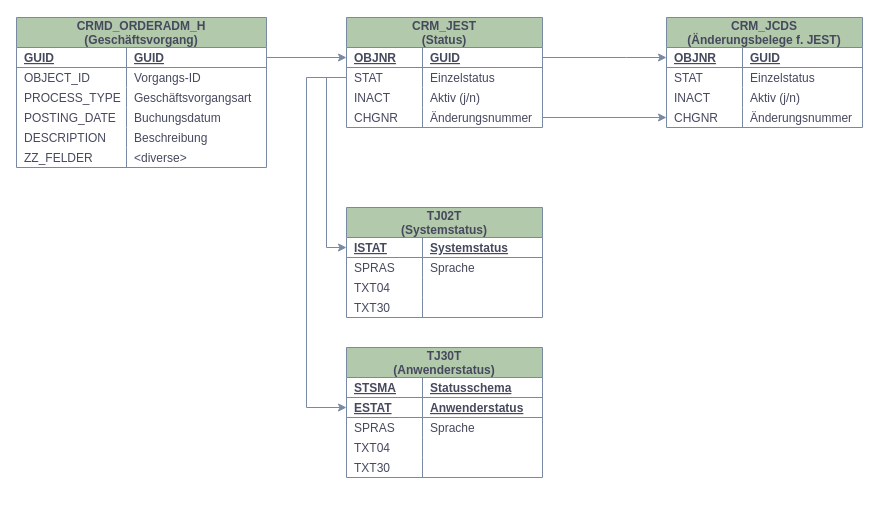
Before: modelling/erd_solutionmanager_itsm.drawio in JanniMeloni/documentation, a draw.io diagram. Source tidied: cells renumbered, new cells numbered last; positions are measured from the earlier drawing's top-left corner, leaving out a move shared by most shapes. Both pictures are drawn from the tidied source at 100%, with x=0, y=0 at pixel (16, 17).
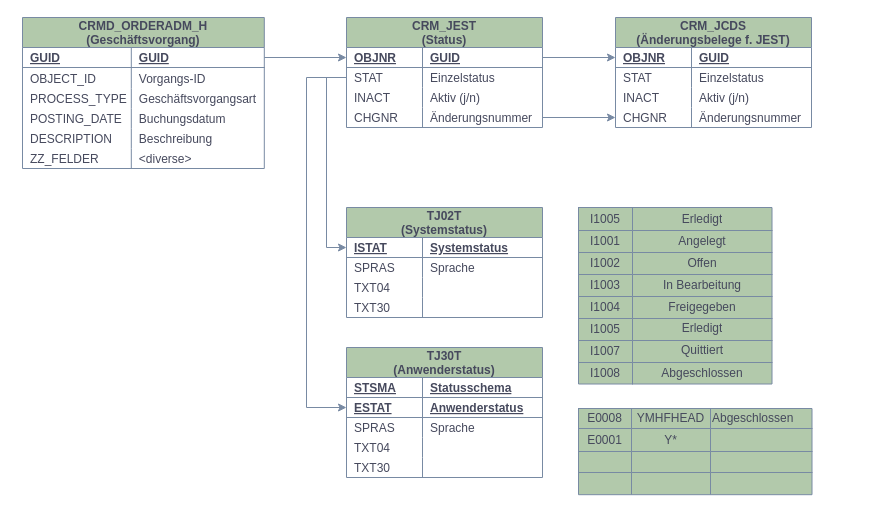
After the change.

Change to the diagram source:
```diff
@@
     <mxCell id="3" value="CRMD_ORDERADM_H&#10;(Geschäftsvorgang)" style="shape=table;startSize=30;childLayout=tableLayout;rowLines=0;fontStyle=1;align=center;fontSize=12;fillColor=#B2C9AB;strokeColor=#788AA3;fontColor=#46495D;" parent="1" vertex="1">
-      <mxGeometry width="250" height="150" as="geometry" />
+      <mxGeometry x="6" width="241.8" height="151" as="geometry" />
     </mxCell>
     <mxCell id="4" style="shape=tableRow;horizontal=0;startSize=0;swimlaneHead=0;swimlaneBody=0;fillColor=none;points=[[0,0.5],[1,0.5]];portConstraint=eastwest;top=0;left=0;right=0;bottom=1;strokeColor=#788AA3;fontColor=#46495D;" parent="3" vertex="1">
-      <mxGeometry y="30" width="250" height="20" as="geometry" />
+      <mxGeometry y="30" width="241.8" height="20" as="geometry" />
     </mxCell>
     <mxCell id="5" value="GUID" style="shape=partialRectangle;fillColor=none;top=0;left=0;bottom=0;right=0;align=left;spacingLeft=6;fontStyle=5;overflow=hidden;strokeColor=#788AA3;fontColor=#46495D;" parent="4" vertex="1">
-      <mxGeometry width="110" height="20" as="geometry" />
+      <mxGeometry width="108.8" height="20" as="geometry" />
     </mxCell>
     <mxCell id="6" value="GUID" style="shape=partialRectangle;fillColor=none;top=0;left=0;bottom=0;right=0;align=left;spacingLeft=6;fontStyle=5;overflow=hidden;strokeColor=#788AA3;fontColor=#46495D;" parent="4" vertex="1">
-      <mxGeometry x="110" width="140" height="20" as="geometry" />
+      <mxGeometry x="108.8" width="133" height="20" as="geometry" />
     </mxCell>
     <mxCell id="7" style="shape=tableRow;horizontal=0;startSize=0;swimlaneHead=0;swimlaneBody=0;fillColor=none;top=0;left=0;right=0;bottom=0;strokeColor=#788AA3;fontColor=#46495D;" parent="3" vertex="1">
-      <mxGeometry y="50" width="250" height="20" as="geometry" />
+      <mxGeometry y="50" width="241.8" height="21" as="geometry" />
     </mxCell>
     <mxCell id="8" value="OBJECT_ID" style="shape=partialRectangle;fillColor=none;top=0;left=0;bottom=0;right=0;align=left;spacingLeft=6;overflow=hidden;strokeColor=#788AA3;fontColor=#46495D;" parent="7" vertex="1">
-      <mxGeometry width="110" height="20" as="geometry" />
+      <mxGeometry width="108.8" height="21" as="geometry" />
     </mxCell>
     <mxCell id="9" value="Vorgangs-ID" style="shape=partialRectangle;fillColor=none;top=0;left=0;bottom=0;right=0;align=left;spacingLeft=6;overflow=hidden;strokeColor=#788AA3;fontColor=#46495D;" parent="7" vertex="1">
-      <mxGeometry x="110" width="140" height="20" as="geometry" />
+      <mxGeometry x="108.8" width="133" height="21" as="geometry" />
     </mxCell>
     <mxCell id="10" style="shape=tableRow;horizontal=0;startSize=0;swimlaneHead=0;swimlaneBody=0;fillColor=none;points=[[0,0.5],[1,0.5]];portConstraint=eastwest;top=0;left=0;right=0;bottom=0;strokeColor=#788AA3;fontColor=#46495D;" parent="3" vertex="1">
-      <mxGeometry y="70" width="250" height="20" as="geometry" />
+      <mxGeometry y="71" width="241.8" height="20" as="geometry" />
     </mxCell>
     <mxCell id="11" value="PROCESS_TYPE" style="shape=partialRectangle;fillColor=none;top=0;left=0;bottom=0;right=0;align=left;spacingLeft=6;overflow=hidden;strokeColor=#788AA3;fontColor=#46495D;" parent="10" vertex="1">
-      <mxGeometry width="110" height="20" as="geometry" />
+      <mxGeometry width="108.8" height="20" as="geometry" />
     </mxCell>
     <mxCell id="12" value="Geschäftsvorgangsart" style="shape=partialRectangle;fillColor=none;top=0;left=0;bottom=0;right=0;align=left;spacingLeft=6;overflow=hidden;strokeColor=#788AA3;fontColor=#46495D;" parent="10" vertex="1">
-      <mxGeometry x="110" width="140" height="20" as="geometry" />
+      <mxGeometry x="108.8" width="133" height="20" as="geometry" />
     </mxCell>
     <mxCell id="13" style="shape=tableRow;horizontal=0;startSize=0;swimlaneHead=0;swimlaneBody=0;fillColor=none;top=0;left=0;right=0;bottom=0;strokeColor=#788AA3;fontColor=#46495D;" parent="3" vertex="1">
-      <mxGeometry y="90" width="250" height="20" as="geometry" />
+      <mxGeometry y="91" width="241.8" height="20" as="geometry" />
     </mxCell>
     <mxCell id="14" value="POSTING_DATE" style="shape=partialRectangle;fillColor=none;top=0;left=0;bottom=0;right=0;align=left;spacingLeft=6;overflow=hidden;strokeColor=#788AA3;fontColor=#46495D;" parent="13" vertex="1">
-      <mxGeometry width="110" height="20" as="geometry" />
+      <mxGeometry width="108.8" height="20" as="geometry" />
     </mxCell>
     <mxCell id="15" value="Buchungsdatum" style="shape=partialRectangle;fillColor=none;top=0;left=0;bottom=0;right=0;align=left;spacingLeft=6;overflow=hidden;strokeColor=#788AA3;fontColor=#46495D;" parent="13" vertex="1">
-      <mxGeometry x="110" width="140" height="20" as="geometry" />
+      <mxGeometry x="108.8" width="133" height="20" as="geometry" />
     </mxCell>
     <mxCell id="16" style="shape=tableRow;horizontal=0;startSize=0;swimlaneHead=0;swimlaneBody=0;fillColor=none;top=0;left=0;right=0;bottom=0;strokeColor=#788AA3;fontColor=#46495D;" parent="3" vertex="1">
-      <mxGeometry y="110" width="250" height="20" as="geometry" />
+      <mxGeometry y="111" width="241.8" height="20" as="geometry" />
     </mxCell>
     <mxCell id="17" value="DESCRIPTION" style="shape=partialRectangle;fillColor=none;top=0;left=0;bottom=0;right=0;align=left;spacingLeft=6;overflow=hidden;strokeColor=#788AA3;fontColor=#46495D;" parent="16" vertex="1">
-      <mxGeometry width="110" height="20" as="geometry" />
+      <mxGeometry width="108.8" height="20" as="geometry" />
     </mxCell>
     <mxCell id="18" value="Beschreibung" style="shape=partialRectangle;fillColor=none;top=0;left=0;bottom=0;right=0;align=left;spacingLeft=6;overflow=hidden;strokeColor=#788AA3;fontColor=#46495D;" parent="16" vertex="1">
-      <mxGeometry x="110" width="140" height="20" as="geometry" />
+      <mxGeometry x="108.8" width="133" height="20" as="geometry" />
     </mxCell>
     <mxCell id="19" style="shape=tableRow;horizontal=0;startSize=0;swimlaneHead=0;swimlaneBody=0;fillColor=none;top=0;left=0;right=0;bottom=0;strokeColor=#788AA3;fontColor=#46495D;" parent="3" vertex="1">
-      <mxGeometry y="130" width="250" height="20" as="geometry" />
+      <mxGeometry y="131" width="241.8" height="20" as="geometry" />
     </mxCell>
     <mxCell id="20" value="ZZ_FELDER" style="shape=partialRectangle;fillColor=none;top=0;left=0;bottom=0;right=0;align=left;spacingLeft=6;overflow=hidden;strokeColor=#788AA3;fontColor=#46495D;" parent="19" vertex="1">
-      <mxGeometry width="110" height="20" as="geometry" />
+      <mxGeometry width="108.8" height="20" as="geometry" />
     </mxCell>
     <mxCell id="21" value="&lt;diverse&gt;" style="shape=partialRectangle;fillColor=none;top=0;left=0;bottom=0;right=0;align=left;spacingLeft=6;overflow=hidden;strokeColor=#788AA3;fontColor=#46495D;" parent="19" vertex="1">
-      <mxGeometry x="110" width="140" height="20" as="geometry" />
+      <mxGeometry x="108.8" width="133" height="20" as="geometry" />
     </mxCell>
@@
     <mxCell id="36" value="CRM_JCDS&#10;(Änderungsbelege f. JEST)" style="shape=table;startSize=30;childLayout=tableLayout;rowLines=0;fontStyle=1;align=center;fillColor=#B2C9AB;strokeColor=#788AA3;fontColor=#46495D;" parent="1" vertex="1">
-      <mxGeometry x="650" width="196" height="110" as="geometry" />
+      <mxGeometry x="599" width="196" height="110" as="geometry" />
     </mxCell>
@@
+    <mxCell id="82" style="shape=table;startSize=0;childLayout=tableLayout;rounded=0;sketch=0;fontColor=#46495D;strokeColor=#788AA3;fillColor=#B2C9AB;" parent="1" vertex="1">
+      <mxGeometry x="562" y="190" width="193.5" height="176.5" as="geometry" />
+    </mxCell>
+    <mxCell id="83" style="shape=tableRow;horizontal=0;startSize=0;swimlaneHead=0;swimlaneBody=0;top=0;left=0;bottom=0;right=0;fillColor=none;rounded=0;sketch=0;fontColor=#46495D;strokeColor=#788AA3;" parent="82" vertex="1">
+      <mxGeometry width="193.5" height="23" as="geometry" />
+    </mxCell>
+    <mxCell id="84" value="I1005" style="shape=partialRectangle;html=1;whiteSpace=wrap;overflow=hidden;fillColor=none;top=0;left=0;bottom=0;right=0;rounded=0;sketch=0;fontColor=#46495D;strokeColor=#788AA3;" parent="83" vertex="1">
+      <mxGeometry width="54" height="23" as="geometry" />
+    </mxCell>
+    <mxCell id="85" value="Erledigt" style="shape=partialRectangle;html=1;whiteSpace=wrap;overflow=hidden;fillColor=none;top=0;left=0;bottom=0;right=0;rounded=0;sketch=0;fontColor=#46495D;strokeColor=#788AA3;" parent="83" vertex="1">
+      <mxGeometry x="54" width="140" height="23" as="geometry" />
+    </mxCell>
+    <mxCell id="86" style="shape=tableRow;horizontal=0;startSize=0;swimlaneHead=0;swimlaneBody=0;top=0;left=0;bottom=0;right=0;fillColor=none;rounded=0;sketch=0;fontColor=#46495D;strokeColor=#788AA3;" parent="82" vertex="1">
+      <mxGeometry y="23" width="193.5" height="22" as="geometry" />
+    </mxCell>
+    <mxCell id="87" value="I1001&lt;br&gt;" style="shape=partialRectangle;html=1;whiteSpace=wrap;overflow=hidden;fillColor=none;top=0;left=0;bottom=0;right=0;rounded=0;sketch=0;fontColor=#46495D;strokeColor=#788AA3;" parent="86" vertex="1">
+      <mxGeometry width="54" height="22" as="geometry" />
+    </mxCell>
+    <mxCell id="88" value="Angelegt" style="shape=partialRectangle;html=1;whiteSpace=wrap;overflow=hidden;fillColor=none;top=0;left=0;bottom=0;right=0;rounded=0;sketch=0;fontColor=#46495D;strokeColor=#788AA3;" parent="86" vertex="1">
+      <mxGeometry x="54" width="140" height="22" as="geometry" />
+    </mxCell>
+    <mxCell id="89" style="shape=tableRow;horizontal=0;startSize=0;swimlaneHead=0;swimlaneBody=0;top=0;left=0;bottom=0;right=0;fillColor=none;rounded=0;sketch=0;fontColor=#46495D;strokeColor=#788AA3;" parent="82" vertex="1">
+      <mxGeometry y="45" width="193.5" height="22" as="geometry" />
+    </mxCell>
+    <mxCell id="90" value="I1002" style="shape=partialRectangle;html=1;whiteSpace=wrap;overflow=hidden;fillColor=none;top=0;left=0;bottom=0;right=0;rounded=0;sketch=0;fontColor=#46495D;strokeColor=#788AA3;" parent="89" vertex="1">
+      <mxGeometry width="54" height="22" as="geometry" />
+    </mxCell>
+    <mxCell id="91" value="Offen" style="shape=partialRectangle;html=1;whiteSpace=wrap;overflow=hidden;fillColor=none;top=0;left=0;bottom=0;right=0;rounded=0;sketch=0;fontColor=#46495D;strokeColor=#788AA3;" parent="89" vertex="1">
+      <mxGeometry x="54" width="140" height="22" as="geometry" />
+    </mxCell>
+    <mxCell id="92" style="shape=tableRow;horizontal=0;startSize=0;swimlaneHead=0;swimlaneBody=0;top=0;left=0;bottom=0;right=0;fillColor=none;rounded=0;sketch=0;fontColor=#46495D;strokeColor=#788AA3;" parent="82" vertex="1">
+      <mxGeometry y="67" width="193.5" height="22" as="geometry" />
+    </mxCell>
+    <mxCell id="93" value="I1003" style="shape=partialRectangle;html=1;whiteSpace=wrap;overflow=hidden;fillColor=none;top=0;left=0;bottom=0;right=0;rounded=0;sketch=0;fontColor=#46495D;strokeColor=#788AA3;" parent="92" vertex="1">
+      <mxGeometry width="54" height="22" as="geometry" />
+    </mxCell>
+    <mxCell id="94" value="In Bearbeitung" style="shape=partialRectangle;html=1;whiteSpace=wrap;overflow=hidden;fillColor=none;top=0;left=0;bottom=0;right=0;rounded=0;sketch=0;fontColor=#46495D;strokeColor=#788AA3;" parent="92" vertex="1">
+      <mxGeometry x="54" width="140" height="22" as="geometry" />
+    </mxCell>
+    <mxCell id="95" style="shape=tableRow;horizontal=0;startSize=0;swimlaneHead=0;swimlaneBody=0;top=0;left=0;bottom=0;right=0;fillColor=none;rounded=0;sketch=0;fontColor=#46495D;strokeColor=#788AA3;" parent="82" vertex="1">
+      <mxGeometry y="89" width="193.5" height="22" as="geometry" />
+    </mxCell>
+    <mxCell id="96" value="I1004" style="shape=partialRectangle;html=1;whiteSpace=wrap;overflow=hidden;fillColor=none;top=0;left=0;bottom=0;right=0;rounded=0;sketch=0;fontColor=#46495D;strokeColor=#788AA3;" parent="95" vertex="1">
+      <mxGeometry width="54" height="22" as="geometry" />
+    </mxCell>
+    <mxCell id="97" value="Freigegeben" style="shape=partialRectangle;html=1;whiteSpace=wrap;overflow=hidden;fillColor=none;top=0;left=0;bottom=0;right=0;rounded=0;sketch=0;fontColor=#46495D;strokeColor=#788AA3;" parent="95" vertex="1">
+      <mxGeometry x="54" width="140" height="22" as="geometry" />
+    </mxCell>
+    <mxCell id="98" style="shape=tableRow;horizontal=0;startSize=0;swimlaneHead=0;swimlaneBody=0;top=0;left=0;bottom=0;right=0;fillColor=none;rounded=0;sketch=0;fontColor=#46495D;strokeColor=#788AA3;" parent="82" vertex="1">
+      <mxGeometry y="111" width="193.5" height="22" as="geometry" />
+    </mxCell>
+    <mxCell id="99" value="I1005" style="shape=partialRectangle;html=1;whiteSpace=wrap;overflow=hidden;fillColor=none;top=0;left=0;bottom=0;right=0;rounded=0;sketch=0;fontColor=#46495D;strokeColor=#788AA3;" parent="98" vertex="1">
+      <mxGeometry width="54" height="22" as="geometry" />
+    </mxCell>
+    <mxCell id="100" value="Erledigt&lt;table&gt;&lt;tbody&gt;&lt;tr&gt;&lt;td&gt;&lt;br&gt;&lt;/td&gt;&lt;td&gt;&lt;br&gt;&lt;/td&gt;&lt;/tr&gt;&lt;tr&gt;&lt;td&gt;&lt;br&gt;&lt;/td&gt;&lt;td&gt;&lt;br&gt;&lt;/td&gt;&lt;/tr&gt;&lt;tr&gt;&lt;td&gt;&lt;br&gt;&lt;/td&gt;&lt;td&gt;&lt;br&gt;&lt;/td&gt;&lt;/tr&gt;&lt;/tbody&gt;&lt;/table&gt;" style="shape=partialRectangle;html=1;whiteSpace=wrap;overflow=hidden;fillColor=none;top=0;left=0;bottom=0;right=0;rounded=0;sketch=0;fontColor=#46495D;strokeColor=#788AA3;" parent="98" vertex="1">
+      <mxGeometry x="54" width="140" height="22" as="geometry" />
+    </mxCell>
+    <mxCell id="101" style="shape=tableRow;horizontal=0;startSize=0;swimlaneHead=0;swimlaneBody=0;top=0;left=0;bottom=0;right=0;fillColor=none;rounded=0;sketch=0;fontColor=#46495D;strokeColor=#788AA3;" parent="82" vertex="1">
+      <mxGeometry y="133" width="193.5" height="22" as="geometry" />
+    </mxCell>
+    <mxCell id="102" value="I1007" style="shape=partialRectangle;html=1;whiteSpace=wrap;overflow=hidden;fillColor=none;top=0;left=0;bottom=0;right=0;rounded=0;sketch=0;fontColor=#46495D;strokeColor=#788AA3;" parent="101" vertex="1">
+      <mxGeometry width="54" height="22" as="geometry" />
+    </mxCell>
+    <mxCell id="103" value="Quittiert&lt;br&gt;&lt;br&gt;&lt;table&gt;&lt;tbody&gt;&lt;tr&gt;&lt;td&gt;&lt;/td&gt;&lt;td&gt;&lt;br&gt;&lt;/td&gt;&lt;/tr&gt;&lt;tr&gt;&lt;td&gt;&lt;/td&gt;&lt;td&gt;&lt;br&gt;&lt;/td&gt;&lt;/tr&gt;&lt;tr&gt;&lt;td&gt;&lt;/td&gt;&lt;td&gt;&lt;br&gt;&lt;/td&gt;&lt;/tr&gt;&lt;/tbody&gt;&lt;/table&gt;" style="shape=partialRectangle;html=1;whiteSpace=wrap;overflow=hidden;fillColor=none;top=0;left=0;bottom=0;right=0;rounded=0;sketch=0;fontColor=#46495D;strokeColor=#788AA3;" parent="101" vertex="1">
+      <mxGeometry x="54" width="140" height="22" as="geometry" />
+    </mxCell>
+    <mxCell id="104" style="shape=tableRow;horizontal=0;startSize=0;swimlaneHead=0;swimlaneBody=0;top=0;left=0;bottom=0;right=0;fillColor=none;rounded=0;sketch=0;fontColor=#46495D;strokeColor=#788AA3;" parent="82" vertex="1">
+      <mxGeometry y="155" width="193.5" height="22" as="geometry" />
+    </mxCell>
+    <mxCell id="105" value="I1008" style="shape=partialRectangle;html=1;whiteSpace=wrap;overflow=hidden;fillColor=none;top=0;left=0;bottom=0;right=0;rounded=0;sketch=0;fontColor=#46495D;strokeColor=#788AA3;" parent="104" vertex="1">
+      <mxGeometry width="54" height="22" as="geometry" />
+    </mxCell>
+    <mxCell id="106" value="Abgeschlossen" style="shape=partialRectangle;html=1;whiteSpace=wrap;overflow=hidden;fillColor=none;top=0;left=0;bottom=0;right=0;rounded=0;sketch=0;fontColor=#46495D;strokeColor=#788AA3;" parent="104" vertex="1">
+      <mxGeometry x="54" width="140" height="22" as="geometry" />
+    </mxCell>
+    <mxCell id="107" style="shape=table;startSize=0;childLayout=tableLayout;rounded=0;sketch=0;fontColor=#46495D;strokeColor=#788AA3;fillColor=#B2C9AB;" parent="1" vertex="1">
+      <mxGeometry x="562" y="391" width="233.5" height="86.2" as="geometry" />
+    </mxCell>
+    <mxCell id="108" style="shape=tableRow;horizontal=0;startSize=0;swimlaneHead=0;swimlaneBody=0;top=0;left=0;bottom=0;right=0;fillColor=none;rounded=0;sketch=0;fontColor=#46495D;strokeColor=#788AA3;" parent="107" vertex="1">
+      <mxGeometry width="233.5" height="20" as="geometry" />
+    </mxCell>
+    <mxCell id="109" value="E0008" style="shape=partialRectangle;html=1;whiteSpace=wrap;overflow=hidden;fillColor=none;top=0;left=0;bottom=0;right=0;rounded=0;sketch=0;fontColor=#46495D;strokeColor=#788AA3;" parent="108" vertex="1">
+      <mxGeometry width="53" height="20" as="geometry" />
+    </mxCell>
+    <mxCell id="110" value="YMHFHEAD" style="shape=partialRectangle;html=1;whiteSpace=wrap;overflow=hidden;fillColor=none;top=0;left=0;bottom=0;right=0;rounded=0;sketch=0;fontColor=#46495D;strokeColor=#788AA3;" parent="108" vertex="1">
+      <mxGeometry x="53" width="79" height="20" as="geometry" />
+    </mxCell>
+    <mxCell id="111" value="Abgeschlossen" style="shape=partialRectangle;html=1;whiteSpace=wrap;overflow=hidden;fillColor=none;top=0;left=0;bottom=0;right=0;rounded=0;sketch=0;fontColor=#46495D;strokeColor=#788AA3;align=left;" parent="108" vertex="1">
+      <mxGeometry x="132" width="102" height="20" as="geometry" />
+    </mxCell>
+    <mxCell id="112" style="shape=tableRow;horizontal=0;startSize=0;swimlaneHead=0;swimlaneBody=0;top=0;left=0;bottom=0;right=0;fillColor=none;rounded=0;sketch=0;fontColor=#46495D;strokeColor=#788AA3;" parent="107" vertex="1">
+      <mxGeometry y="20" width="233.5" height="23" as="geometry" />
+    </mxCell>
+    <mxCell id="113" value="E0001" style="shape=partialRectangle;html=1;whiteSpace=wrap;overflow=hidden;fillColor=none;top=0;left=0;bottom=0;right=0;rounded=0;sketch=0;fontColor=#46495D;strokeColor=#788AA3;" parent="112" vertex="1">
+      <mxGeometry width="53" height="23" as="geometry" />
+    </mxCell>
+    <mxCell id="114" value="Y*" style="shape=partialRectangle;html=1;whiteSpace=wrap;overflow=hidden;fillColor=none;top=0;left=0;bottom=0;right=0;rounded=0;sketch=0;fontColor=#46495D;strokeColor=#788AA3;" parent="112" vertex="1">
+      <mxGeometry x="53" width="79" height="23" as="geometry" />
+    </mxCell>
+    <mxCell id="115" style="shape=partialRectangle;html=1;whiteSpace=wrap;overflow=hidden;fillColor=none;top=0;left=0;bottom=0;right=0;rounded=0;sketch=0;fontColor=#46495D;strokeColor=#788AA3;" parent="112" vertex="1">
+      <mxGeometry x="132" width="102" height="23" as="geometry" />
+    </mxCell>
+    <mxCell id="116" style="shape=tableRow;horizontal=0;startSize=0;swimlaneHead=0;swimlaneBody=0;top=0;left=0;bottom=0;right=0;fillColor=none;rounded=0;sketch=0;fontColor=#46495D;strokeColor=#788AA3;" parent="107" vertex="1">
+      <mxGeometry y="43" width="233.5" height="21" as="geometry" />
+    </mxCell>
+    <mxCell id="117" style="shape=partialRectangle;html=1;whiteSpace=wrap;overflow=hidden;fillColor=none;top=0;left=0;bottom=0;right=0;rounded=0;sketch=0;fontColor=#46495D;strokeColor=#788AA3;" parent="116" vertex="1">
+      <mxGeometry width="53" height="21" as="geometry" />
+    </mxCell>
+    <mxCell id="118" style="shape=partialRectangle;html=1;whiteSpace=wrap;overflow=hidden;fillColor=none;top=0;left=0;bottom=0;right=0;rounded=0;sketch=0;fontColor=#46495D;strokeColor=#788AA3;" parent="116" vertex="1">
+      <mxGeometry x="53" width="79" height="21" as="geometry" />
+    </mxCell>
+    <mxCell id="119" style="shape=partialRectangle;html=1;whiteSpace=wrap;overflow=hidden;fillColor=none;top=0;left=0;bottom=0;right=0;rounded=0;sketch=0;fontColor=#46495D;strokeColor=#788AA3;" parent="116" vertex="1">
+      <mxGeometry x="132" width="102" height="21" as="geometry" />
+    </mxCell>
+    <mxCell id="120" style="shape=tableRow;horizontal=0;startSize=0;swimlaneHead=0;swimlaneBody=0;top=0;left=0;bottom=0;right=0;fillColor=none;rounded=0;sketch=0;fontColor=#46495D;strokeColor=#788AA3;" parent="107" vertex="1">
+      <mxGeometry y="64" width="233.5" height="22" as="geometry" />
+    </mxCell>
+    <mxCell id="121" style="shape=partialRectangle;html=1;whiteSpace=wrap;overflow=hidden;fillColor=none;top=0;left=0;bottom=0;right=0;rounded=0;sketch=0;fontColor=#46495D;strokeColor=#788AA3;" parent="120" vertex="1">
+      <mxGeometry width="53" height="22" as="geometry" />
+    </mxCell>
+    <mxCell id="122" style="shape=partialRectangle;html=1;whiteSpace=wrap;overflow=hidden;fillColor=none;top=0;left=0;bottom=0;right=0;rounded=0;sketch=0;fontColor=#46495D;strokeColor=#788AA3;" parent="120" vertex="1">
+      <mxGeometry x="53" width="79" height="22" as="geometry" />
+    </mxCell>
+    <mxCell id="123" style="shape=partialRectangle;html=1;whiteSpace=wrap;overflow=hidden;fillColor=none;top=0;left=0;bottom=0;right=0;rounded=0;sketch=0;fontColor=#46495D;strokeColor=#788AA3;" parent="120" vertex="1">
+      <mxGeometry x="132" width="102" height="22" as="geometry" />
+    </mxCell>
```
